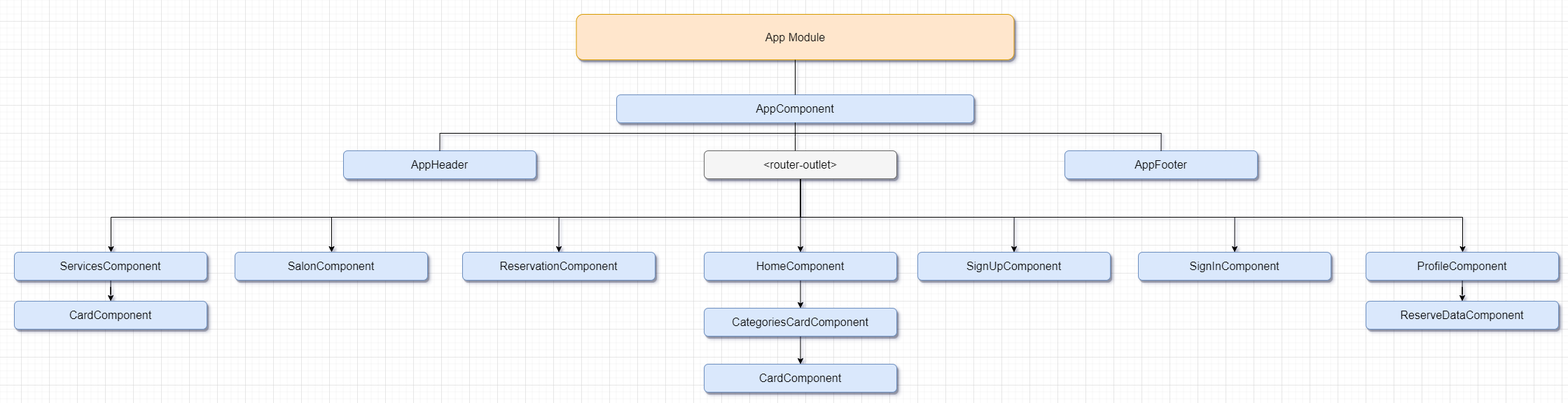
The draw.io diagram diagram.png in kalimbetovaA/angular-project, before a commit. Source tidied: cells renumbered, new cells last; positions are measured from the earlier drawing's top-left corner, leaving out a move shared by most shapes.
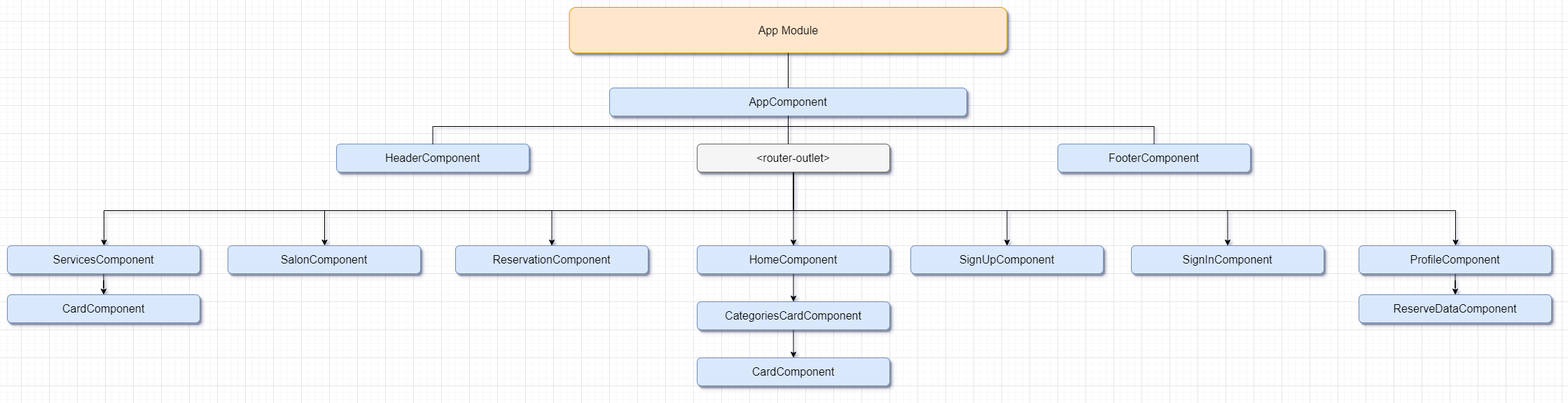
Later version of the same file.

Change to the diagram source:
```diff
@@ -62,10 +62,10 @@
     <mxCell id="11" value="&amp;lt;router-outlet&amp;gt;" style="whiteSpace=wrap;html=1;rounded=1;shadow=1;strokeWidth=1;fontSize=16;align=center;fillColor=#f5f5f5;strokeColor=#666666;" parent="1" vertex="1">
       <mxGeometry x="985" y="195" width="275" height="40" as="geometry" />
     </mxCell>
-    <mxCell id="12" value="AppHeader" style="whiteSpace=wrap;html=1;rounded=1;shadow=1;strokeWidth=1;fontSize=16;align=center;fillColor=#dae8fc;strokeColor=#6c8ebf;" parent="1" vertex="1">
+    <mxCell id="12" value="HeaderComponent" style="whiteSpace=wrap;html=1;rounded=1;shadow=1;strokeWidth=1;fontSize=16;align=center;fillColor=#dae8fc;strokeColor=#6c8ebf;" parent="1" vertex="1">
       <mxGeometry x="470" y="195" width="275" height="40" as="geometry" />
     </mxCell>
-    <mxCell id="13" value="AppFooter" style="whiteSpace=wrap;html=1;rounded=1;shadow=1;strokeWidth=1;fontSize=16;align=center;fillColor=#dae8fc;strokeColor=#6c8ebf;" parent="1" vertex="1">
+    <mxCell id="13" value="FooterComponent" style="whiteSpace=wrap;html=1;rounded=1;shadow=1;strokeWidth=1;fontSize=16;align=center;fillColor=#dae8fc;strokeColor=#6c8ebf;" parent="1" vertex="1">
       <mxGeometry x="1500" y="195" width="275" height="40" as="geometry" />
     </mxCell>
     <mxCell id="14" style="edgeStyle=orthogonalEdgeStyle;html=1;startSize=6;endFill=0;endSize=6;strokeWidth=1;fontSize=16;rounded=0;endArrow=none;" parent="1" edge="1" source="2" target="3">
```
